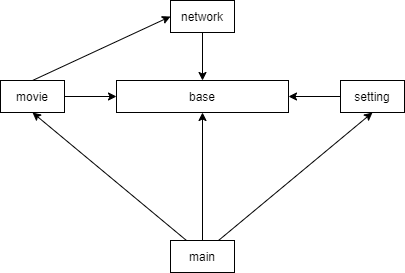
The draw.io diagram dependency-graph.png in sansets/ModularSample, before a commit. Source tidied: cells renumbered, new cells last; positions are measured from the earlier drawing's top-left corner, leaving out a move shared by most shapes.
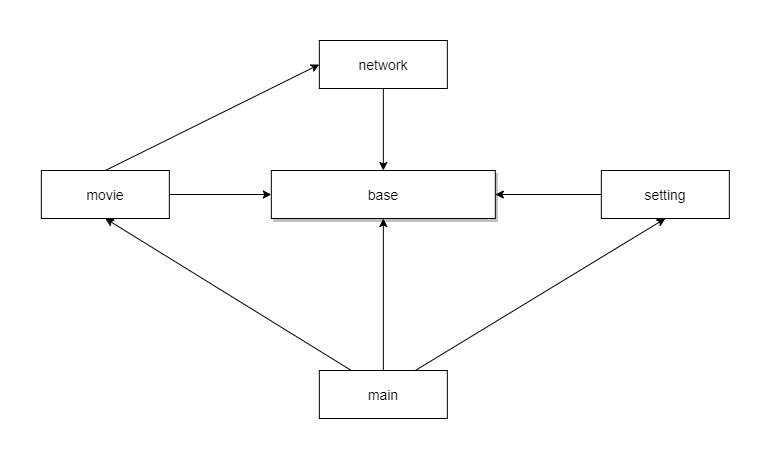
The same file after the commit.

Diff of the diagram source:
```diff
@@ -2,8 +2,8 @@
   <root>
     <mxCell id="0" />
     <mxCell id="1" parent="0" />
-    <mxCell id="2" value="base" style="rounded=0;whiteSpace=wrap;html=1;shadow=0;" parent="1" vertex="1">
-      <mxGeometry x="116" y="80" width="172" height="32" as="geometry" />
+    <mxCell id="2" value="base" style="rounded=0;whiteSpace=wrap;html=1;shadow=1;fontSize=14;" parent="1" vertex="1">
+      <mxGeometry x="280.8" y="140" width="224" height="48" as="geometry" />
     </mxCell>
     <mxCell id="3" style="jettySize=auto;html=1;entryX=0;entryY=0.5;entryDx=0;entryDy=0;rounded=0;exitX=0.5;exitY=0;exitDx=0;exitDy=0;" parent="1" edge="1" source="5" target="9">
       <mxGeometry relative="1" as="geometry" />
@@ -11,20 +11,20 @@
     <mxCell id="4" style="jettySize=auto;html=1;entryX=0;entryY=0.5;entryDx=0;entryDy=0;rounded=0;" parent="1" edge="1" source="5" target="2">
       <mxGeometry relative="1" as="geometry" />
     </mxCell>
-    <mxCell id="5" value="movie" style="rounded=0;whiteSpace=wrap;html=1;" parent="1" vertex="1">
-      <mxGeometry y="80" width="64" height="32" as="geometry" />
+    <mxCell id="5" value="movie" style="rounded=0;whiteSpace=wrap;html=1;fontSize=14;" parent="1" vertex="1">
+      <mxGeometry x="50.8" y="140" width="128" height="48" as="geometry" />
     </mxCell>
     <mxCell id="6" style="jettySize=auto;html=1;entryX=1;entryY=0.5;entryDx=0;entryDy=0;rounded=0;" parent="1" edge="1" source="7" target="2">
       <mxGeometry relative="1" as="geometry" />
     </mxCell>
-    <mxCell id="7" value="setting" style="rounded=0;whiteSpace=wrap;html=1;" parent="1" vertex="1">
-      <mxGeometry x="340" y="80" width="64" height="32" as="geometry" />
+    <mxCell id="7" value="setting" style="rounded=0;whiteSpace=wrap;html=1;fontSize=14;" parent="1" vertex="1">
+      <mxGeometry x="610.8" y="140" width="128" height="48" as="geometry" />
     </mxCell>
     <mxCell id="8" style="edgeStyle=none;rounded=0;jettySize=auto;html=1;entryX=0.5;entryY=0;entryDx=0;entryDy=0;" parent="1" edge="1" source="9" target="2">
       <mxGeometry relative="1" as="geometry" />
     </mxCell>
-    <mxCell id="9" value="network" style="rounded=0;whiteSpace=wrap;html=1;" parent="1" vertex="1">
-      <mxGeometry x="170" width="64" height="32" as="geometry" />
+    <mxCell id="9" value="network" style="rounded=0;whiteSpace=wrap;html=1;fontSize=14;" parent="1" vertex="1">
+      <mxGeometry x="328.8" y="10" width="128" height="48" as="geometry" />
     </mxCell>
     <mxCell id="10" style="jettySize=auto;html=1;entryX=0.5;entryY=1;entryDx=0;entryDy=0;exitX=0.25;exitY=0;exitDx=0;exitDy=0;rounded=0;" parent="1" edge="1" source="13" target="5">
       <mxGeometry relative="1" as="geometry" />
@@ -35,8 +35,11 @@
     <mxCell id="12" style="rounded=1;jettySize=auto;html=1;entryX=0.5;entryY=1;entryDx=0;entryDy=0;" parent="1" edge="1" source="13" target="2">
       <mxGeometry relative="1" as="geometry" />
     </mxCell>
-    <mxCell id="13" value="main" style="rounded=0;whiteSpace=wrap;html=1;" parent="1" vertex="1">
-      <mxGeometry x="170" y="240" width="64" height="32" as="geometry" />
+    <mxCell id="13" value="main" style="rounded=0;whiteSpace=wrap;html=1;fontSize=14;" parent="1" vertex="1">
+      <mxGeometry x="328.8" y="340" width="128" height="48" as="geometry" />
     </mxCell>
+    <mxCell id="14" style="rounded=0;whiteSpace=wrap;html=1;shadow=0;fontSize=14;fillColor=none;strokeColor=none;" parent="1" vertex="1">
+      <mxGeometry x="10" y="-30" width="770" height="460" as="geometry" />
+    </mxCell>
   </root>
 </mxGraphModel>
```
